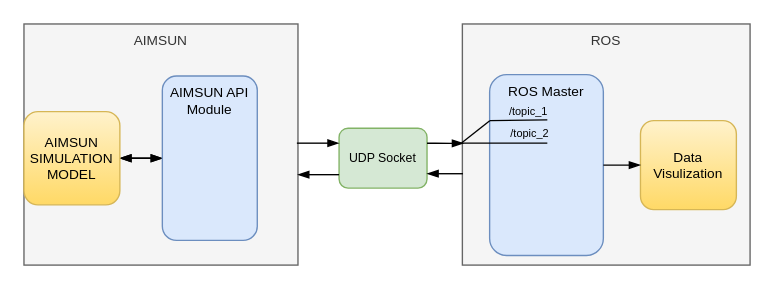
This is page "Page-1" (1 of 2) of ROS_AIMSUN_Bridge.drawio from LimingGao/draw_io, a draw.io file, before an edit. Source tidied: cells renumbered, new cells numbered last; positions are measured from the earlier drawing's top-left corner, leaving out a move shared by most shapes. Both pictures are drawn from the tidied source at 137%, with x=0, y=0 at pixel (23, 23).
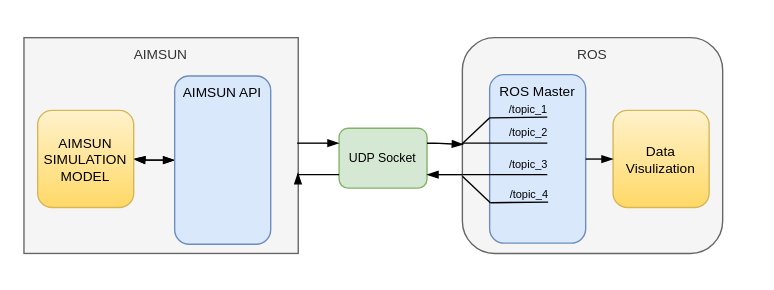
Above is the later version.

Change to the diagram source:
```diff
@@
-    <mxCell id="2" value="AIMSUN" style="rounded=0;align=center;verticalAlign=top;fontSize=10;fontStyle=0;strokeColor=#666666;fillColor=#f5f5f5;fontColor=#333333;glass=0;" parent="1" vertex="1">
-      <mxGeometry width="200" height="176" as="geometry" />
+    <mxCell id="2" value="AIMSUN" style="rounded=0;align=center;verticalAlign=top;fontSize=10;fontStyle=0;strokeColor=#666666;fillColor=#f5f5f5;fontColor=#333333;glass=0;whiteSpace=wrap;" parent="1" vertex="1">
+      <mxGeometry y="10" width="200.2" height="157.5" as="geometry" />
     </mxCell>
-    <mxCell id="3" style="edgeStyle=orthogonalEdgeStyle;rounded=0;jettySize=auto;html=1;endArrow=blockThin;endFill=1;startArrow=blockThin;startFill=1;" parent="1" edge="1" source="5" target="6">
+    <mxCell id="3" style="edgeStyle=orthogonalEdgeStyle;rounded=0;jettySize=auto;endArrow=blockThin;endFill=1;startArrow=blockThin;startFill=1;" parent="1" edge="1" source="5" target="6">
       <mxGeometry relative="1" as="geometry" />
     </mxCell>
-    <mxCell id="4" style="edgeStyle=orthogonalEdgeStyle;rounded=0;jettySize=auto;html=1;startArrow=blockThin;startFill=1;endArrow=blockThin;endFill=1;strokeWidth=1;" parent="1" edge="1" source="5" target="6">
+    <mxCell id="4" style="edgeStyle=orthogonalEdgeStyle;rounded=0;jettySize=auto;startArrow=blockThin;startFill=1;endArrow=blockThin;endFill=1;strokeWidth=1;" parent="1" edge="1" source="5" target="6">
       <mxGeometry relative="1" as="geometry" />
     </mxCell>
-    <mxCell id="5" value="AIMSUN API&#10;Module" style="rounded=1;align=center;verticalAlign=top;fontSize=10;fontStyle=0;fillColor=#dae8fc;strokeColor=#6c8ebf;" parent="1" vertex="1">
-      <mxGeometry x="101" y="38" width="69.3" height="120" as="geometry" />
+    <mxCell id="5" value="AIMSUN API" style="rounded=1;align=center;verticalAlign=top;fontSize=10;fontStyle=0;fillColor=#dae8fc;strokeColor=#6c8ebf;whiteSpace=wrap;" parent="1" vertex="1">
+      <mxGeometry x="110" y="38" width="70.1" height="122.8" as="geometry" />
     </mxCell>
     <mxCell id="6" value="AIMSUN SIMULATION MODEL" style="rounded=1;align=center;verticalAlign=middle;fontSize=10;fontStyle=0;fillColor=#fff2cc;strokeColor=#d6b656;gradientColor=#ffd966;whiteSpace=wrap;" parent="1" vertex="1">
-      <mxGeometry y="64" width="70" height="68" as="geometry" />
+      <mxGeometry x="10" y="63.1" width="70.1" height="70.9" as="geometry" />
     </mxCell>
-    <mxCell id="7" value="UDP Socket" style="rounded=1;align=center;verticalAlign=middle;fillColor=#d5e8d4;strokeColor=#82b366;fontSize=9;fontStyle=0;" parent="1" vertex="1">
+    <mxCell id="7" value="UDP Socket" style="rounded=1;align=center;verticalAlign=middle;fillColor=#d5e8d4;strokeColor=#82b366;fontSize=9;fontStyle=0;whiteSpace=wrap;" parent="1" vertex="1">
       <mxGeometry x="230" y="76.1" width="64.2" height="43.7" as="geometry" />
     </mxCell>
-    <mxCell id="8" value="ROS" style="rounded=0;align=center;verticalAlign=top;fontSize=10;fontStyle=0;strokeColor=#666666;fillColor=#f5f5f5;fontColor=#333333;glass=0;" parent="1" vertex="1">
-      <mxGeometry x="320" width="210" height="176" as="geometry" />
+    <mxCell id="8" value="ROS" style="rounded=1;align=center;verticalAlign=top;fontSize=10;fontStyle=0;strokeColor=#666666;fillColor=#f5f5f5;fontColor=#333333;glass=0;whiteSpace=wrap;" parent="1" vertex="1">
+      <mxGeometry x="320" y="10" width="190" height="157.5" as="geometry" />
     </mxCell>
-    <mxCell id="9" value="ROS Master" style="rounded=1;align=center;verticalAlign=top;fontSize=10;fontStyle=0;fillColor=#dae8fc;strokeColor=#6c8ebf;" parent="1" vertex="1">
-      <mxGeometry x="339.9" y="37" width="83" height="132" as="geometry" />
+    <mxCell id="9" value="ROS Master" style="rounded=1;align=center;verticalAlign=top;fontSize=10;fontStyle=0;fillColor=#dae8fc;strokeColor=#6c8ebf;whiteSpace=wrap;" parent="1" vertex="1">
+      <mxGeometry x="339.9" y="37" width="70.1" height="123" as="geometry" />
     </mxCell>
-    <mxCell id="10" style="edgeStyle=orthogonalEdgeStyle;rounded=0;orthogonalLoop=1;jettySize=auto;exitX=0.5;exitY=1;exitDx=0;exitDy=0;" parent="1" edge="1" source="9" target="9">
-      <mxGeometry relative="1" as="geometry" />
-    </mxCell>
     <mxCell id="11" value="Data Visulization" style="rounded=1;align=center;verticalAlign=middle;fontSize=10;fontStyle=0;fillColor=#fff2cc;strokeColor=#d6b656;gradientColor=#ffd966;whiteSpace=wrap;" parent="1" vertex="1">
-      <mxGeometry x="450" y="70.5" width="70" height="65" as="geometry" />
+      <mxGeometry x="430" y="63.1" width="70.1" height="70.9" as="geometry" />
     </mxCell>
-    <mxCell id="12" style="edgeStyle=orthogonalEdgeStyle;rounded=0;jettySize=auto;html=1;startArrow=none;startFill=0;endArrow=blockThin;endFill=1;strokeWidth=1;exitX=0.002;exitY=0.621;exitDx=0;exitDy=0;exitPerimeter=0;" parent="1" edge="1" source="8">
-      <mxGeometry relative="1" as="geometry">
-        <mxPoint x="294.2" y="110" as="targetPoint" />
-      </mxGeometry>
-    </mxCell>
-    <mxCell id="13" style="edgeStyle=orthogonalEdgeStyle;rounded=0;jettySize=auto;html=1;startArrow=blockThin;startFill=1;endArrow=none;endFill=0;strokeWidth=1;entryX=0.996;entryY=0.495;entryDx=0;entryDy=0;entryPerimeter=0;" parent="1" edge="1" target="2">
+    <mxCell id="13" style="edgeStyle=orthogonalEdgeStyle;rounded=0;jettySize=auto;startArrow=blockThin;startFill=1;endArrow=none;endFill=0;strokeWidth=1;entryX=0.996;entryY=0.495;entryDx=0;entryDy=0;entryPerimeter=0;" parent="1" edge="1" target="2">
       <mxGeometry relative="1" as="geometry">
         <mxPoint x="230" y="87" as="sourcePoint" />
       </mxGeometry>
     </mxCell>
-    <mxCell id="14" style="edgeStyle=orthogonalEdgeStyle;rounded=0;jettySize=auto;html=1;startArrow=blockThin;startFill=1;endArrow=none;endFill=0;strokeWidth=1;entryX=1;entryY=0.25;entryDx=0;entryDy=0;exitX=0.004;exitY=0.495;exitDx=0;exitDy=0;exitPerimeter=0;" parent="1" edge="1" source="8" target="7">
+    <mxCell id="14" style="edgeStyle=orthogonalEdgeStyle;rounded=0;jettySize=auto;startArrow=blockThin;startFill=1;endArrow=none;endFill=0;strokeWidth=1;entryX=1;entryY=0.25;entryDx=0;entryDy=0;exitX=0.004;exitY=0.495;exitDx=0;exitDy=0;exitPerimeter=0;" parent="1" edge="1" source="8" target="7">
       <mxGeometry relative="1" as="geometry">
         <Array as="points">
           <mxPoint x="300" y="87" />
           <mxPoint x="300" y="87" />
         </Array>
       </mxGeometry>
     </mxCell>
-    <mxCell id="15" style="edgeStyle=orthogonalEdgeStyle;rounded=0;jettySize=auto;html=1;startArrow=none;startFill=0;endArrow=blockThin;endFill=1;strokeWidth=1;exitX=-0.006;exitY=0.568;exitDx=0;exitDy=0;exitPerimeter=0;entryX=0.999;entryY=0.626;entryDx=0;entryDy=0;entryPerimeter=0;" parent="1" edge="1" target="2">
+    <mxCell id="15" style="edgeStyle=orthogonalEdgeStyle;rounded=0;jettySize=auto;startArrow=none;startFill=0;endArrow=blockThin;endFill=1;strokeWidth=1;exitX=-0.006;exitY=0.568;exitDx=0;exitDy=0;exitPerimeter=0;entryX=0.999;entryY=0.626;entryDx=0;entryDy=0;entryPerimeter=0;" parent="1" edge="1" target="2">
       <mxGeometry relative="1" as="geometry">
         <mxPoint x="230" y="110" as="sourcePoint" />
       </mxGeometry>
     </mxCell>
-    <mxCell id="16" style="edgeStyle=orthogonalEdgeStyle;rounded=0;jettySize=auto;html=1;startArrow=blockThin;startFill=1;endArrow=none;endFill=0;strokeWidth=1;entryX=1;entryY=0.5;entryDx=0;entryDy=0;" parent="1" edge="1" source="11" target="9">
+    <mxCell id="16" style="edgeStyle=orthogonalEdgeStyle;rounded=0;jettySize=auto;startArrow=blockThin;startFill=1;endArrow=none;endFill=0;strokeWidth=1;entryX=1;entryY=0.5;entryDx=0;entryDy=0;" parent="1" edge="1" source="11" target="9">
       <mxGeometry relative="1" as="geometry" />
     </mxCell>
-    <mxCell id="17" style="edgeStyle=orthogonalEdgeStyle;rounded=0;orthogonalLoop=1;jettySize=auto;html=1;startArrow=none;startFill=0;endArrow=none;endFill=0;strokeWidth=1;" parent="1" edge="1">
+    <mxCell id="17" style="edgeStyle=orthogonalEdgeStyle;rounded=0;orthogonalLoop=1;jettySize=auto;startArrow=none;startFill=0;endArrow=none;endFill=0;strokeWidth=1;" parent="1" edge="1">
       <mxGeometry relative="1" as="geometry">
         <mxPoint x="382" y="87" as="sourcePoint" />
         <mxPoint x="320" y="87" as="targetPoint" />
       </mxGeometry>
     </mxCell>
-    <mxCell id="18" value="/topic_2" style="edgeLabel;html=1;align=center;verticalAlign=middle;fontSize=8;labelBackgroundColor=none;" parent="17" vertex="1">
+    <mxCell id="18" value="/topic_2" style="edgeLabel;align=center;verticalAlign=middle;fontSize=8;labelBackgroundColor=none;" parent="17" vertex="1">
       <mxGeometry x="-0.2" y="2" relative="1" as="geometry">
         <mxPoint x="11" y="-10" as="offset" />
       </mxGeometry>
     </mxCell>
-    <mxCell id="19" style="rounded=0;orthogonalLoop=1;jettySize=auto;html=1;startArrow=none;startFill=0;endArrow=none;endFill=0;strokeWidth=1;" parent="1" edge="1">
+    <mxCell id="19" style="rounded=0;orthogonalLoop=1;jettySize=auto;startArrow=none;startFill=0;endArrow=none;endFill=0;strokeWidth=1;" parent="1" edge="1">
       <mxGeometry relative="1" as="geometry">
-        <mxPoint x="382" y="70" as="sourcePoint" />
-        <mxPoint x="340" y="70.5" as="targetPoint" />
+        <mxPoint x="382" y="68" as="sourcePoint" />
+        <mxPoint x="340" y="68.5" as="targetPoint" />
       </mxGeometry>
     </mxCell>
-    <mxCell id="20" value="/topic_1" style="edgeLabel;html=1;align=center;verticalAlign=middle;fontSize=8;labelBackgroundColor=none;" parent="19" vertex="1">
+    <mxCell id="20" value="/topic_1" style="edgeLabel;align=center;verticalAlign=middle;fontSize=8;labelBackgroundColor=none;" parent="19" vertex="1">
       <mxGeometry x="-0.2" y="2" relative="1" as="geometry">
         <mxPoint x="2.9" y="-8.5" as="offset" />
       </mxGeometry>
     </mxCell>
-    <mxCell id="21" style="rounded=0;jettySize=auto;html=1;startArrow=none;startFill=0;endArrow=none;endFill=0;strokeWidth=1;entryX=-0.003;entryY=0.494;entryDx=0;entryDy=0;exitX=0.001;exitY=0.255;exitDx=0;exitDy=0;entryPerimeter=0;exitPerimeter=0;" parent="1" edge="1" source="9" target="8">
+    <mxCell id="21" style="rounded=0;jettySize=auto;startArrow=none;startFill=0;endArrow=none;endFill=0;strokeWidth=1;entryX=-0.003;entryY=0.494;entryDx=0;entryDy=0;exitX=0.001;exitY=0.255;exitDx=0;exitDy=0;entryPerimeter=0;exitPerimeter=0;" parent="1" edge="1" source="9" target="8">
       <mxGeometry relative="1" as="geometry" />
     </mxCell>
+    <mxCell id="22" style="edgeStyle=orthogonalEdgeStyle;rounded=0;orthogonalLoop=1;jettySize=auto;startArrow=none;startFill=0;endArrow=none;endFill=0;strokeWidth=1;" parent="1" edge="1">
+      <mxGeometry relative="1" as="geometry">
+        <mxPoint x="382" y="110" as="sourcePoint" />
+        <mxPoint x="320" y="110" as="targetPoint" />
+      </mxGeometry>
+    </mxCell>
+    <mxCell id="23" value="/topic_3" style="edgeLabel;align=center;verticalAlign=middle;fontSize=8;labelBackgroundColor=none;" parent="22" vertex="1">
+      <mxGeometry x="-0.2" y="2" relative="1" as="geometry">
+        <mxPoint x="11" y="-10" as="offset" />
+      </mxGeometry>
+    </mxCell>
+    <mxCell id="24" style="rounded=0;orthogonalLoop=1;jettySize=auto;startArrow=none;startFill=0;endArrow=none;endFill=0;strokeWidth=1;" parent="1" edge="1">
+      <mxGeometry relative="1" as="geometry">
+        <mxPoint x="382.6" y="130" as="sourcePoint" />
+        <mxPoint x="340.6" y="130.5" as="targetPoint" />
+      </mxGeometry>
+    </mxCell>
+    <mxCell id="25" value="/topic_4" style="edgeLabel;align=center;verticalAlign=middle;fontSize=8;labelBackgroundColor=none;" parent="24" vertex="1">
+      <mxGeometry x="-0.2" y="2" relative="1" as="geometry">
+        <mxPoint x="2.9" y="-8.5" as="offset" />
+      </mxGeometry>
+    </mxCell>
+    <mxCell id="26" style="rounded=0;jettySize=auto;startArrow=none;startFill=0;endArrow=none;endFill=0;strokeWidth=1;entryX=0;entryY=0.642;entryDx=0;entryDy=0;exitX=0.001;exitY=0.255;exitDx=0;exitDy=0;entryPerimeter=0;exitPerimeter=0;" parent="1" edge="1" target="8">
+      <mxGeometry relative="1" as="geometry">
+        <mxPoint x="340.6" y="130.7" as="sourcePoint" />
+      </mxGeometry>
+    </mxCell>
+    <mxCell id="27" style="edgeStyle=orthogonalEdgeStyle;rounded=0;jettySize=auto;startArrow=none;startFill=0;endArrow=blockThin;endFill=1;strokeWidth=1;entryX=0.999;entryY=0.776;entryDx=0;entryDy=0;entryPerimeter=0;" parent="1" edge="1" target="7">
+      <mxGeometry relative="1" as="geometry">
+        <mxPoint x="320" y="110" as="sourcePoint" />
+        <Array as="points">
+          <mxPoint x="307" y="110" />
+        </Array>
+      </mxGeometry>
+    </mxCell>
```
